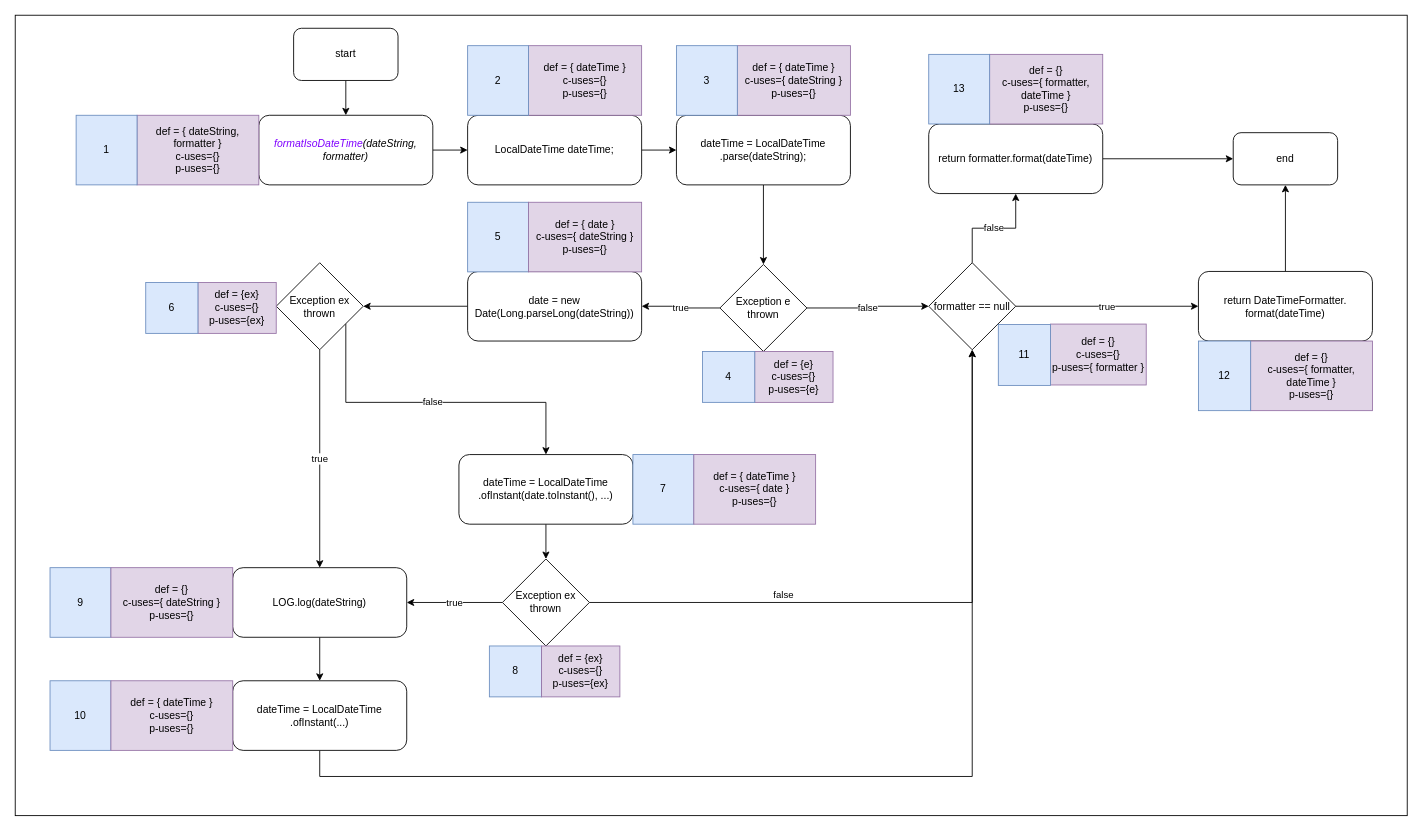
Telmooo/jpass keeps this draw.io diagram as dataflow/FormatIsoDateTime.drawio. Above is the earlier version. Source tidied: cells renumbered, new cells numbered last; positions are measured from the earlier drawing's top-left corner, leaving out a move shared by most shapes. Both pictures are drawn from the tidied source at 87%, with x=0, y=0 at pixel (15, 15).
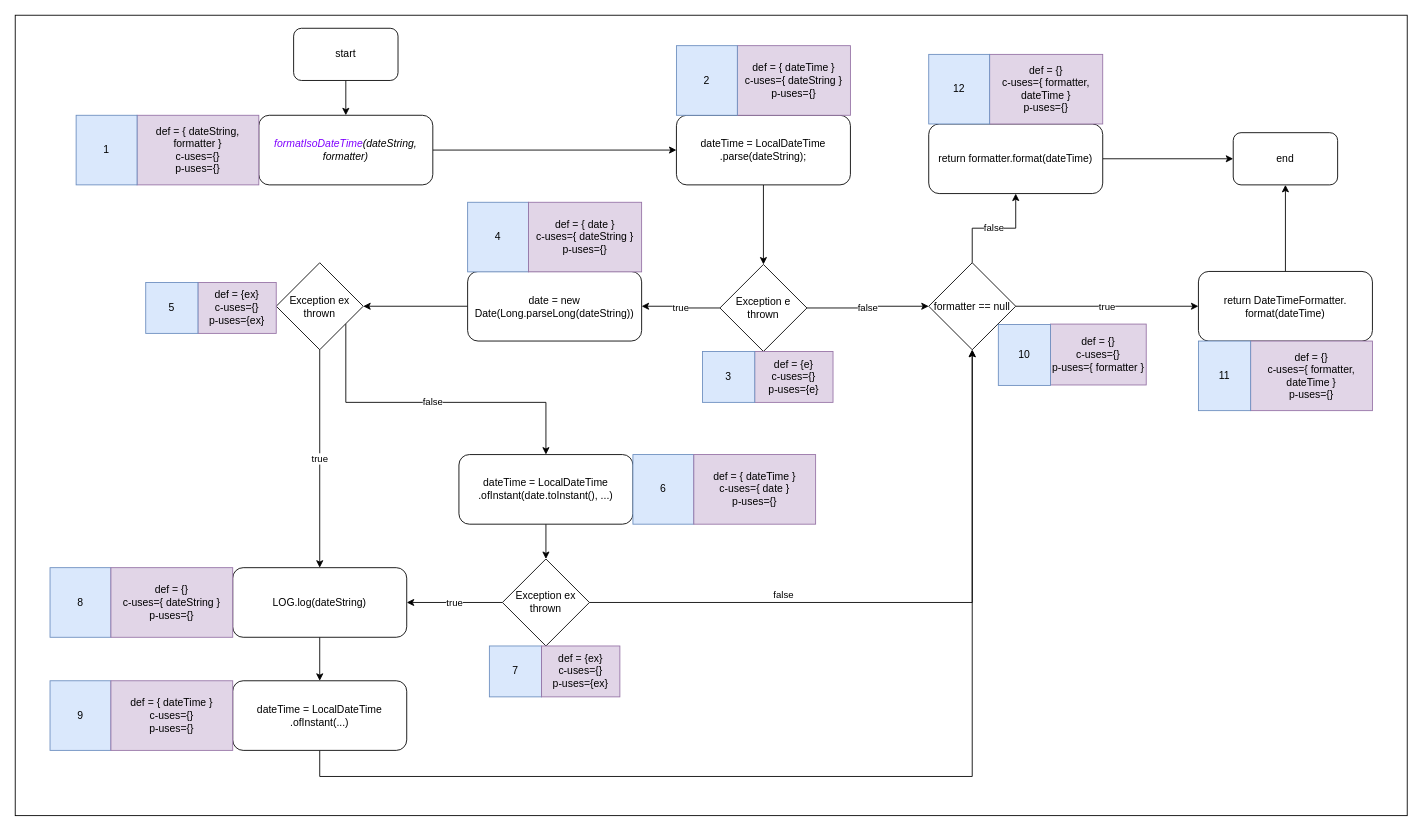
After the change.

The change refers to these unchanged cells:
```xml
<mxCell id="4" value="&lt;i&gt;&lt;font color=&quot;#7f00ff&quot;&gt;formatIsoDateTime&lt;/font&gt;(dateString, formatter)&lt;/i&gt;" style="rounded=1;whiteSpace=wrap;html=1;fontSize=12;" parent="1" vertex="1">
  <mxGeometry x="280" y="115" width="200" height="80" as="geometry" />
</mxCell>
<mxCell id="10" value="dateTime = LocalDateTime&lt;br&gt;.parse(dateString);" style="rounded=1;whiteSpace=wrap;html=1;fontSize=12;" parent="1" vertex="1">
  <mxGeometry x="760" y="115" width="200" height="80" as="geometry" />
</mxCell>
```

Diff of the diagram source:
```diff
@@
-    <mxCell id="3" style="edgeStyle=orthogonalEdgeStyle;rounded=0;jettySize=auto;html=1;" parent="1" edge="1" source="4" target="39">
+    <mxCell id="3" style="edgeStyle=orthogonalEdgeStyle;rounded=0;jettySize=auto;html=1;entryX=0;entryY=0.5;entryDx=0;entryDy=0;" parent="1" edge="1" source="4" target="10">
       <mxGeometry relative="1" as="geometry" />
     </mxCell>
@@
-    <mxCell id="22" value="3" style="rounded=0;whiteSpace=wrap;html=1;fontSize=12;fillColor=#dae8fc;strokeColor=#6c8ebf;" parent="1" vertex="1">
+    <mxCell id="22" value="2" style="rounded=0;whiteSpace=wrap;html=1;fontSize=12;fillColor=#dae8fc;strokeColor=#6c8ebf;" parent="1" vertex="1">
       <mxGeometry x="760" y="35" width="70" height="80" as="geometry" />
     </mxCell>
@@
-    <mxCell id="27" value="13" style="rounded=0;whiteSpace=wrap;html=1;fontSize=12;fillColor=#dae8fc;strokeColor=#6c8ebf;" parent="1" vertex="1">
+    <mxCell id="27" value="12" style="rounded=0;whiteSpace=wrap;html=1;fontSize=12;fillColor=#dae8fc;strokeColor=#6c8ebf;" parent="1" vertex="1">
       <mxGeometry x="1050" y="45" width="70" height="80" as="geometry" />
     </mxCell>
-    <mxCell id="28" value="5" style="rounded=0;whiteSpace=wrap;html=1;fontSize=12;fillColor=#dae8fc;strokeColor=#6c8ebf;" parent="1" vertex="1">
+    <mxCell id="28" value="4" style="rounded=0;whiteSpace=wrap;html=1;fontSize=12;fillColor=#dae8fc;strokeColor=#6c8ebf;" parent="1" vertex="1">
       <mxGeometry x="520" y="215" width="70" height="80" as="geometry" />
     </mxCell>
@@
-    <mxCell id="31" value="12" style="rounded=0;whiteSpace=wrap;html=1;fontSize=12;fillColor=#dae8fc;strokeColor=#6c8ebf;" parent="1" vertex="1">
+    <mxCell id="31" value="11" style="rounded=0;whiteSpace=wrap;html=1;fontSize=12;fillColor=#dae8fc;strokeColor=#6c8ebf;" parent="1" vertex="1">
       <mxGeometry x="1360" y="374.5" width="60" height="80" as="geometry" />
     </mxCell>
@@
-    <mxCell id="34" value="7" style="rounded=0;whiteSpace=wrap;html=1;fontSize=12;fillColor=#dae8fc;strokeColor=#6c8ebf;" parent="1" vertex="1">
+    <mxCell id="34" value="6" style="rounded=0;whiteSpace=wrap;html=1;fontSize=12;fillColor=#dae8fc;strokeColor=#6c8ebf;" parent="1" vertex="1">
       <mxGeometry x="710" y="505" width="70" height="80" as="geometry" />
     </mxCell>
@@
-    <mxCell id="37" value="11" style="rounded=0;whiteSpace=wrap;html=1;fontSize=12;fillColor=#dae8fc;strokeColor=#6c8ebf;" parent="1" vertex="1">
+    <mxCell id="37" value="10" style="rounded=0;whiteSpace=wrap;html=1;fontSize=12;fillColor=#dae8fc;strokeColor=#6c8ebf;" parent="1" vertex="1">
       <mxGeometry x="1130" y="355.5" width="60" height="70" as="geometry" />
     </mxCell>
-    <mxCell id="38" style="edgeStyle=orthogonalEdgeStyle;rounded=0;jettySize=auto;html=1;" parent="1" edge="1" source="39" target="10">
-      <mxGeometry relative="1" as="geometry" />
-    </mxCell>
-    <mxCell id="39" value="LocalDateTime dateTime;" style="rounded=1;whiteSpace=wrap;html=1;fontSize=12;" parent="1" vertex="1">
-      <mxGeometry x="520" y="115" width="200" height="80" as="geometry" />
-    </mxCell>
-    <mxCell id="40" value="def = { dateTime }&lt;br&gt;c-uses={}&lt;br&gt;p-uses={}" style="rounded=0;whiteSpace=wrap;html=1;fontSize=12;fillColor=#e1d5e7;strokeColor=#9673a6;" parent="1" vertex="1">
-      <mxGeometry x="590" y="35" width="130" height="80" as="geometry" />
-    </mxCell>
-    <mxCell id="41" value="2" style="rounded=0;whiteSpace=wrap;html=1;fontSize=12;fillColor=#dae8fc;strokeColor=#6c8ebf;" parent="1" vertex="1">
-      <mxGeometry x="520" y="35" width="70" height="80" as="geometry" />
-    </mxCell>
@@
-    <mxCell id="44" value="9" style="rounded=0;whiteSpace=wrap;html=1;fontSize=12;fillColor=#dae8fc;strokeColor=#6c8ebf;" parent="1" vertex="1">
+    <mxCell id="44" value="8" style="rounded=0;whiteSpace=wrap;html=1;fontSize=12;fillColor=#dae8fc;strokeColor=#6c8ebf;" parent="1" vertex="1">
       <mxGeometry x="40" y="635" width="70" height="80" as="geometry" />
     </mxCell>
@@
-    <mxCell id="48" value="10" style="rounded=0;whiteSpace=wrap;html=1;fontSize=12;fillColor=#dae8fc;strokeColor=#6c8ebf;" parent="1" vertex="1">
+    <mxCell id="48" value="9" style="rounded=0;whiteSpace=wrap;html=1;fontSize=12;fillColor=#dae8fc;strokeColor=#6c8ebf;" parent="1" vertex="1">
       <mxGeometry x="40" y="765" width="70" height="80" as="geometry" />
     </mxCell>
@@
-    <mxCell id="58" value="4" style="rounded=0;whiteSpace=wrap;html=1;fontSize=12;fillColor=#dae8fc;strokeColor=#6c8ebf;" parent="1" vertex="1">
+    <mxCell id="58" value="3" style="rounded=0;whiteSpace=wrap;html=1;fontSize=12;fillColor=#dae8fc;strokeColor=#6c8ebf;" parent="1" vertex="1">
       <mxGeometry x="790" y="386.5" width="60" height="58.5" as="geometry" />
     </mxCell>
@@
-    <mxCell id="60" value="6" style="rounded=0;whiteSpace=wrap;html=1;fontSize=12;fillColor=#dae8fc;strokeColor=#6c8ebf;" parent="1" vertex="1">
+    <mxCell id="60" value="5" style="rounded=0;whiteSpace=wrap;html=1;fontSize=12;fillColor=#dae8fc;strokeColor=#6c8ebf;" parent="1" vertex="1">
       <mxGeometry x="150" y="307.2" width="60" height="58.5" as="geometry" />
     </mxCell>
-    <mxCell id="61" value="8" style="rounded=0;whiteSpace=wrap;html=1;fontSize=12;fillColor=#dae8fc;strokeColor=#6c8ebf;" parent="1" vertex="1">
+    <mxCell id="61" value="7" style="rounded=0;whiteSpace=wrap;html=1;fontSize=12;fillColor=#dae8fc;strokeColor=#6c8ebf;" parent="1" vertex="1">
       <mxGeometry x="545" y="725" width="60" height="58.5" as="geometry" />
     </mxCell>
```
